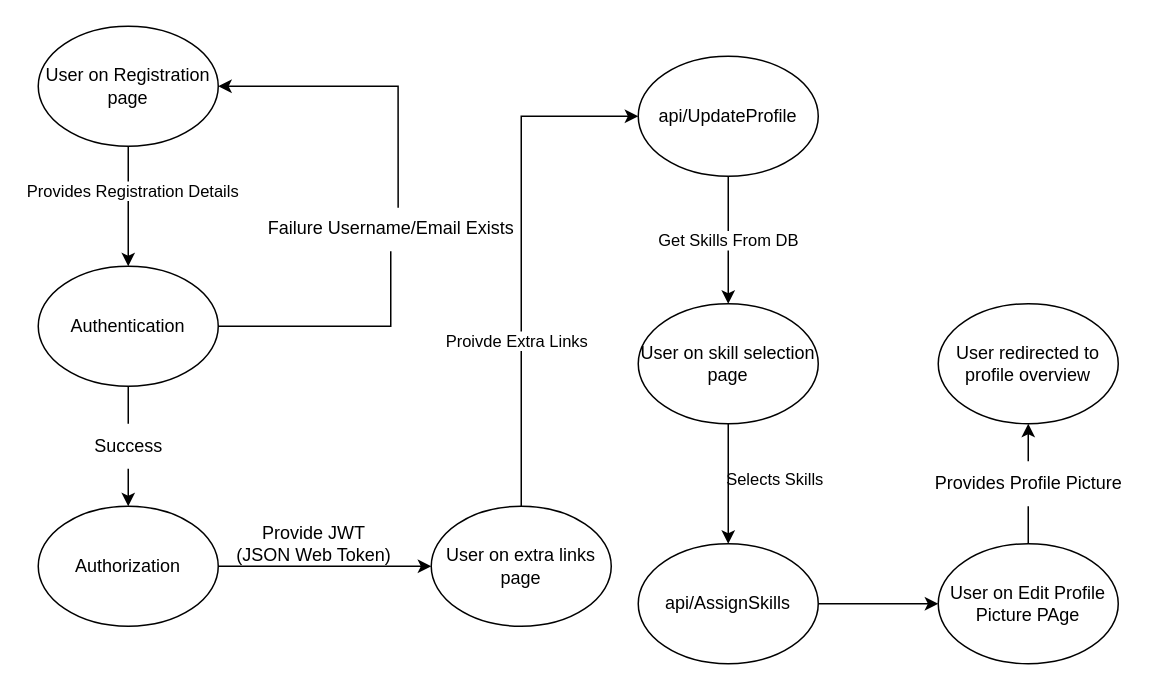
This is UserRegistrationDataFlow.drawio from SamDosado/Draw.ioDrawings, a draw.io file, before an edit. Source tidied: cells renumbered, new cells numbered last; positions are measured from the earlier drawing's top-left corner, leaving out a move shared by most shapes. Both pictures are drawn from the tidied source at 150%, with x=0, y=0 at pixel (38, 26).
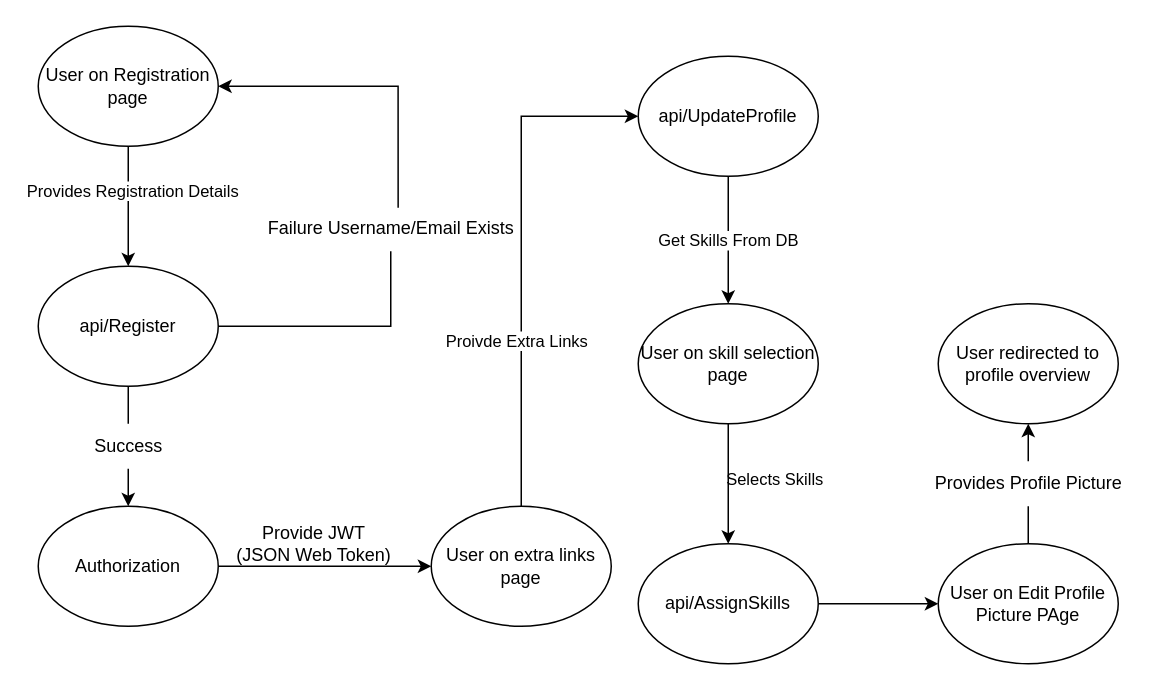
The same page after the edit.

The edit, as a diff of the source:
```diff
@@
-    <mxCell id="7" value="Authentication" style="ellipse;whiteSpace=wrap;html=1;" parent="1" vertex="1">
+    <mxCell id="7" value="api/Register" style="ellipse;whiteSpace=wrap;html=1;" parent="1" vertex="1">
       <mxGeometry y="160" width="120" height="80" as="geometry" />
     </mxCell>
```
